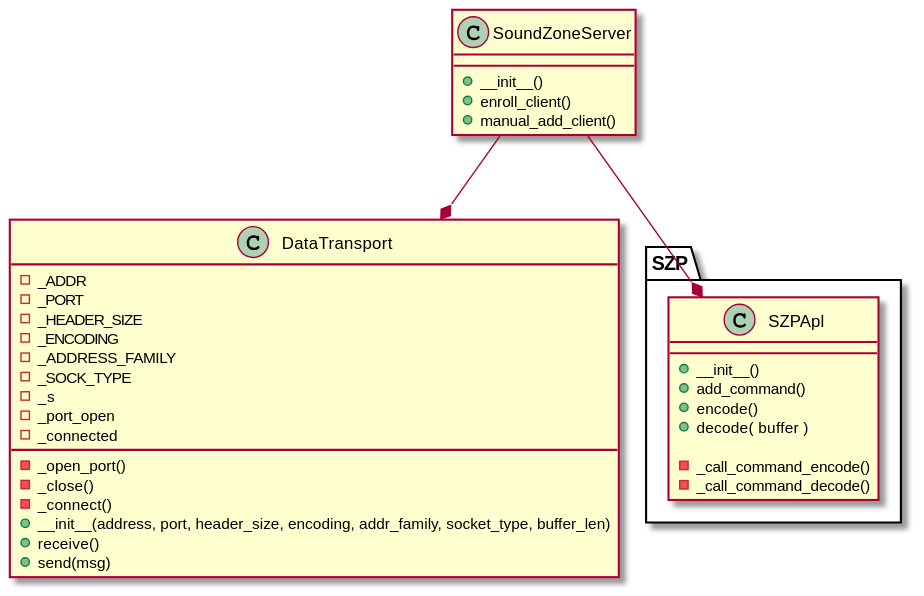
Earlier version of the PlantUML export Server/soundzone_server/diagrams/class_diagram.svg (NielsDyrberg/Wireless_sound_zones).
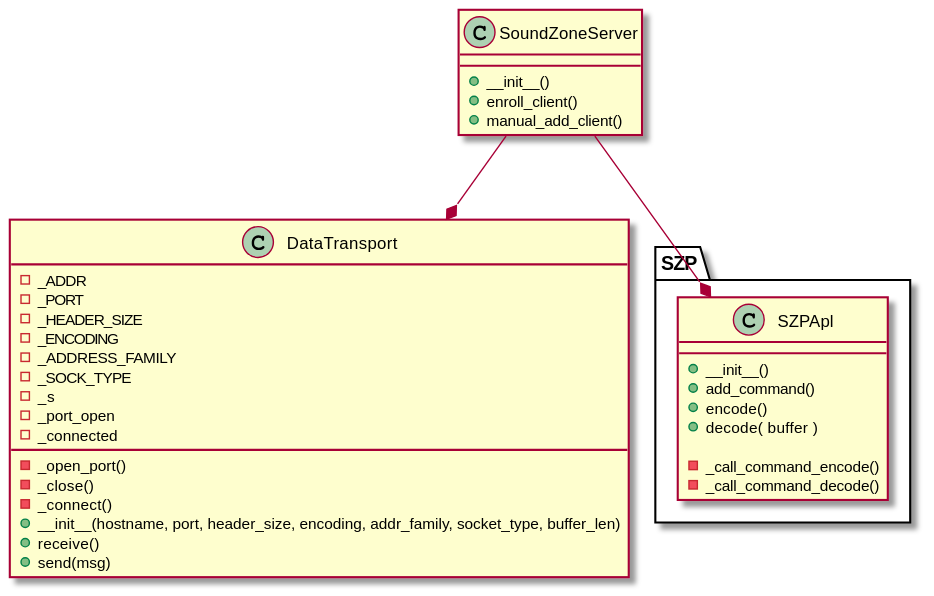
The same file after the commit.

The edit, as a diff of the source:
```diff
@@ -37,7 +37,7 @@
     - _open_port()
     - _close()
     - _connect()
-    + __init__(address, port, header_size, encoding, addr_family, socket_type, buffer_len)
+    + __init__(hostname, port, header_size, encoding, addr_family, socket_type, buffer_len)
     + receive()
     + send(msg)
 
```
